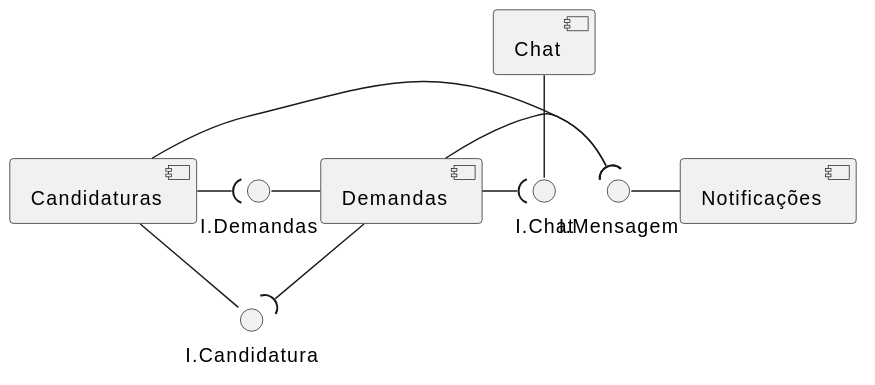
Above: diagrama_componentes.svg in giovanni1351/Mudancas (PlantUML), before the change. Source of this version:
```plantuml
@startuml
skinparam componentStyle uml2

interface "I.Demandas" as IDem
interface "I.Chat" as IChat
interface "I.Candidatura" as ICan
interface "I.Mensagem" as IMsg

component "Demandas" as CompDem
component "Candidaturas" as CompCan
component "Notificações" as CompNot
component "Chat" as CompChat


CompDem -( IChat
CompDem -( ICan
CompDem -( IMsg
CompDem -left- IDem
CompChat -down- IChat
CompCan -down- ICan
CompCan -( IDem
CompCan -( IMsg
CompNot -left- IMsg
@enduml
```
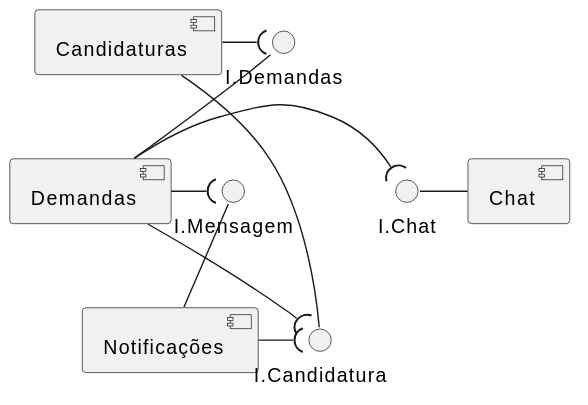
After the change.

The edit, as a diff of the source:
```diff
@@ -1,24 +1,24 @@
 @startuml
 skinparam componentStyle uml2
 
+
+component "Notificações" as CompNot
+interface "I.Mensagem" as IMsg
+component "Chat" as CompChat
+interface "I.Chat" as IChat
+component "Candidaturas" as CompCan
+interface "I.Candidatura" as ICan
+component "Demandas" as CompDem
 interface "I.Demandas" as IDem
-interface "I.Chat" as IChat
-interface "I.Candidatura" as ICan
-interface "I.Mensagem" as IMsg
-
-component "Demandas" as CompDem
-component "Candidaturas" as CompCan
-component "Notificações" as CompNot
-component "Chat" as CompChat
 
 
-CompDem -( IChat
-CompDem -( ICan
-CompDem -( IMsg
-CompDem -left- IDem
-CompChat -down- IChat
+CompChat -left- IChat
 CompCan -down- ICan
 CompCan -( IDem
-CompCan -( IMsg
-CompNot -left- IMsg
+CompNot -up- IMsg
+CompNot -( ICan
+CompDem -( IChat
+CompDem -( IMsg
+CompDem -( ICan
+CompDem -up- IDem
 @enduml
```
